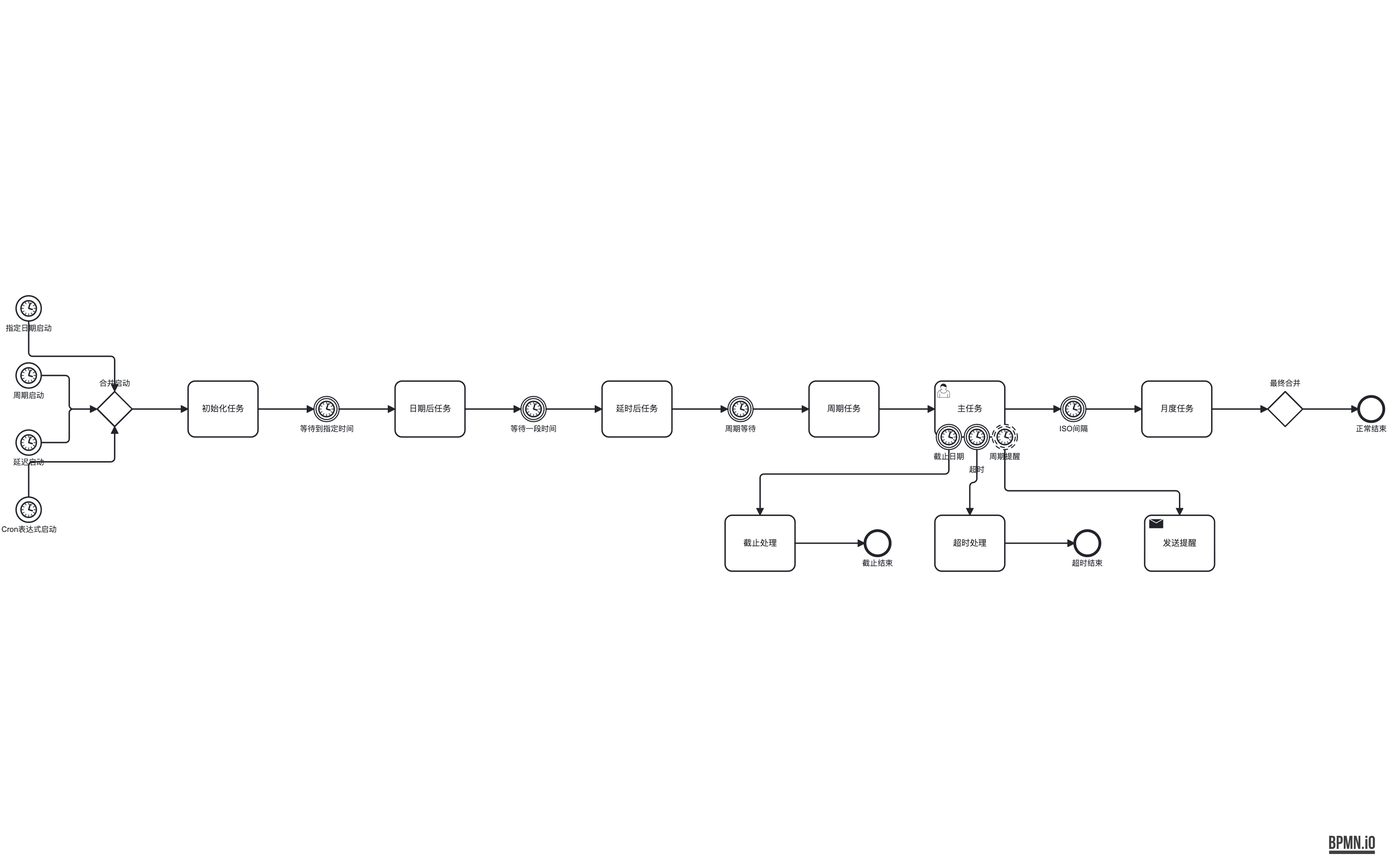
This is out-bpmn-png/14-timer-variants.png from LcpMarvel/tramito-layout, a BPMN export, as it was before one commit. Its source is kept beside it as out-xml/14-timer-variants.bpmn. Ids are renumbered.
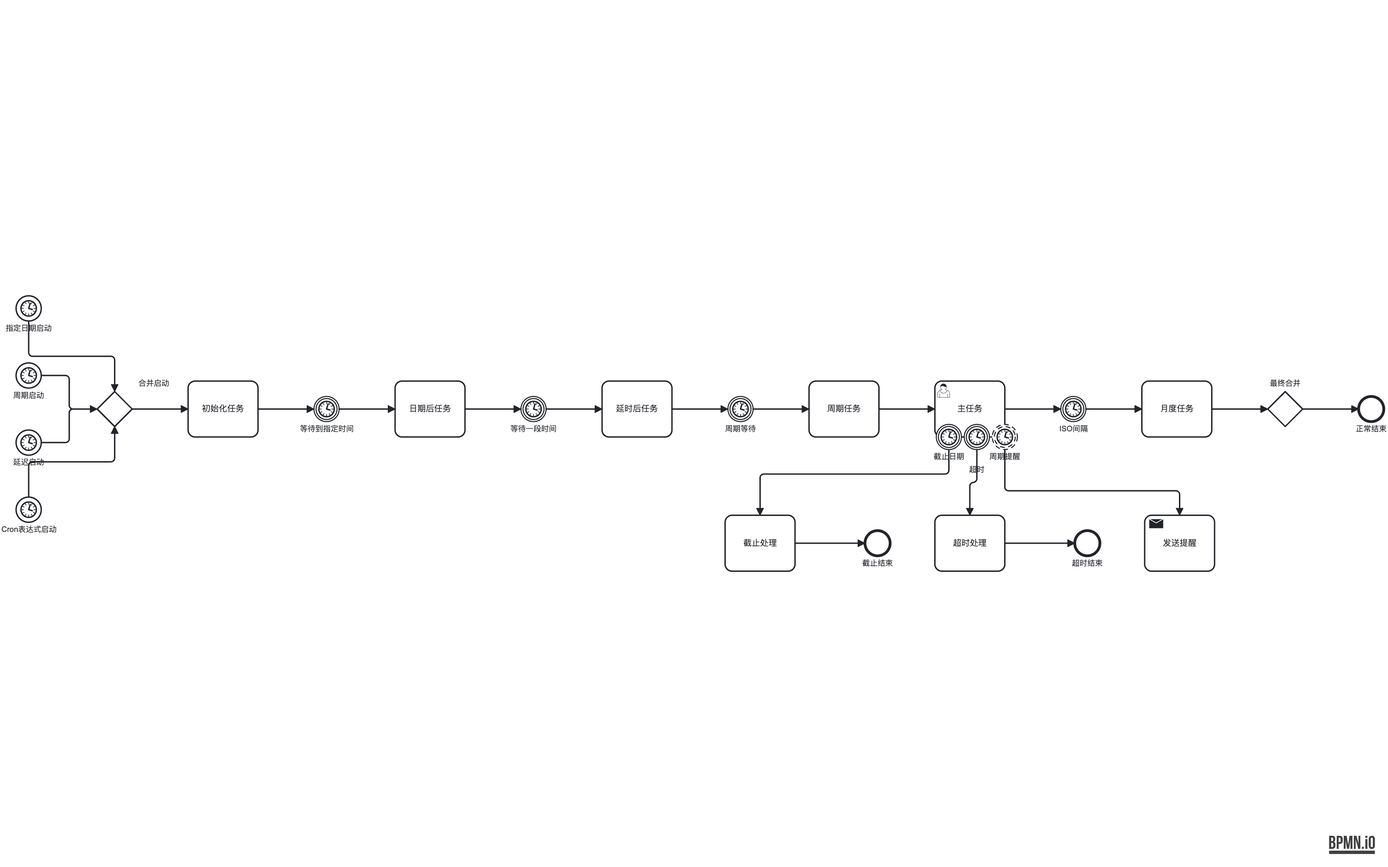
The same file after the commit.

Change to the diagram source:
```diff
@@ -173,7 +173,7 @@
       <bpmndi:BPMNShape id="gateway_merge_starts_di" bpmnElement="gateway_merge_starts">
         <dc:Bounds x="178" y="169" width="50" height="50" />
         <bpmndi:BPMNLabel>
-          <dc:Bounds x="153" y="151" width="100" height="14" />
+          <dc:Bounds x="209" y="151" width="100" height="14" />
         </bpmndi:BPMNLabel>
       </bpmndi:BPMNShape>
       <bpmndi:BPMNShape id="task_init_di" bpmnElement="task_init">
```
